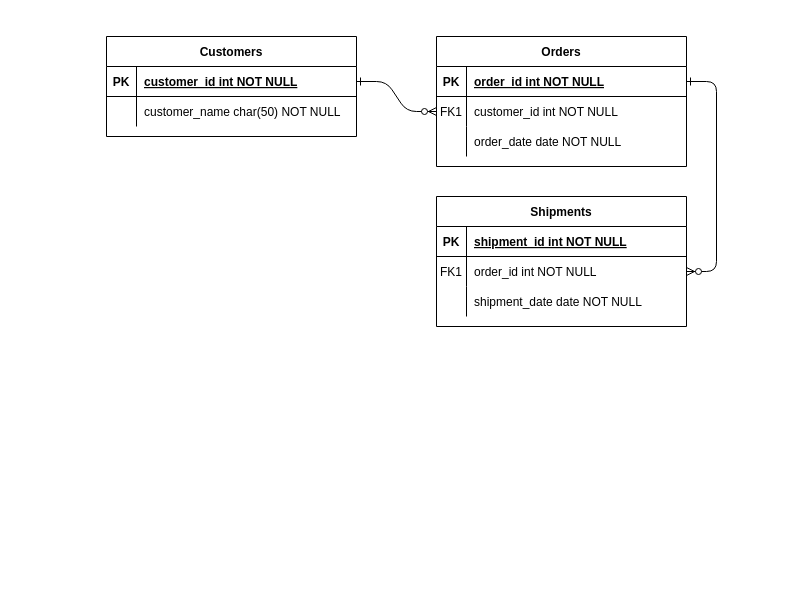
Before: code/DB Diagram.drawio in Iqrahaq/BookWorm, a draw.io diagram. Source tidied: cells renumbered, new cells numbered last; positions are measured from the earlier drawing's top-left corner, leaving out a move shared by most shapes. Both pictures are drawn from the tidied source at 100%, with x=0, y=0 at pixel (106, 36).
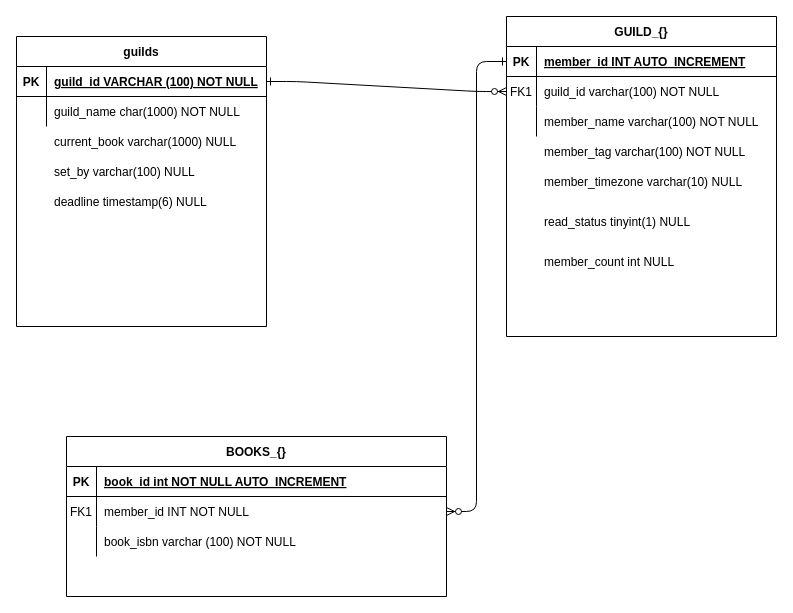
The same page after the edit.

Change to the diagram source:
```diff
@@
+    <mxCell id="24" value="guilds" style="shape=table;startSize=30;childLayout=tableLayout;rowLines=0;fontStyle=1;align=center;" parent="1" vertex="1">
+      <mxGeometry x="-90" width="250" height="290" as="geometry" />
+    </mxCell>
+    <mxCell id="25" style="shape=partialRectangle;fillColor=none;points=[[0,0.5],[1,0.5]];portConstraint=eastwest;top=0;left=0;right=0;bottom=1;" parent="24" vertex="1">
+      <mxGeometry y="30" width="250" height="30" as="geometry" />
+    </mxCell>
+    <mxCell id="26" value="PK" style="shape=partialRectangle;overflow=hidden;fillColor=none;top=0;left=0;bottom=0;right=0;fontStyle=1;" parent="25" vertex="1">
+      <mxGeometry width="30" height="30" as="geometry" />
+    </mxCell>
+    <mxCell id="27" value="guild_id VARCHAR (100) NOT NULL " style="shape=partialRectangle;overflow=hidden;fillColor=none;top=0;left=0;bottom=0;right=0;align=left;spacingLeft=6;fontStyle=5;" parent="25" vertex="1">
+      <mxGeometry x="30" width="220" height="30" as="geometry" />
+    </mxCell>
+    <mxCell id="28" style="shape=partialRectangle;fillColor=none;top=0;left=0;right=0;bottom=0;" parent="24" vertex="1">
+      <mxGeometry y="60" width="250" height="30" as="geometry" />
+    </mxCell>
+    <mxCell id="29" style="shape=partialRectangle;overflow=hidden;fillColor=none;top=0;left=0;bottom=0;right=0;" parent="28" vertex="1">
+      <mxGeometry width="30" height="30" as="geometry" />
+    </mxCell>
+    <mxCell id="30" value="guild_name char(1000) NOT NULL" style="shape=partialRectangle;overflow=hidden;fillColor=none;top=0;left=0;bottom=0;right=0;align=left;spacingLeft=6;" parent="28" vertex="1">
+      <mxGeometry x="30" width="220" height="30" as="geometry" />
+    </mxCell>
-    <mxCell id="4" value="Orders" style="shape=table;startSize=30;childLayout=tableLayout;rowLines=0;fontStyle=1;align=center;" parent="1" vertex="1">
-      <mxGeometry x="330" width="250" height="130" as="geometry" />
+    <mxCell id="4" value="GUILD_{}" style="shape=table;startSize=30;childLayout=tableLayout;rowLines=0;fontStyle=1;align=center;" parent="1" vertex="1">
+      <mxGeometry x="400" y="-20" width="270" height="320" as="geometry" />
     </mxCell>
     <mxCell id="5" style="shape=partialRectangle;fillColor=none;points=[[0,0.5],[1,0.5]];portConstraint=eastwest;top=0;left=0;right=0;bottom=1;" parent="4" vertex="1">
-      <mxGeometry y="30" width="250" height="30" as="geometry" />
+      <mxGeometry y="30" width="270" height="30" as="geometry" />
     </mxCell>
@@
-    <mxCell id="7" value="order_id int NOT NULL " style="shape=partialRectangle;overflow=hidden;fillColor=none;top=0;left=0;bottom=0;right=0;align=left;spacingLeft=6;fontStyle=5;" parent="5" vertex="1">
-      <mxGeometry x="30" width="220" height="30" as="geometry" />
+    <mxCell id="7" value="member_id INT AUTO_INCREMENT" style="shape=partialRectangle;overflow=hidden;fillColor=none;top=0;left=0;bottom=0;right=0;align=left;spacingLeft=6;fontStyle=5;" parent="5" vertex="1">
+      <mxGeometry x="30" width="240" height="30" as="geometry" />
     </mxCell>
     <mxCell id="8" style="shape=partialRectangle;fillColor=none;points=[[0,0.5],[1,0.5]];portConstraint=eastwest;top=0;left=0;right=0;bottom=0;" parent="4" vertex="1">
-      <mxGeometry y="60" width="250" height="30" as="geometry" />
+      <mxGeometry y="60" width="270" height="30" as="geometry" />
     </mxCell>
@@
-    <mxCell id="10" value="customer_id int NOT NULL" style="shape=partialRectangle;overflow=hidden;fillColor=none;top=0;left=0;bottom=0;right=0;align=left;spacingLeft=6;" parent="8" vertex="1">
-      <mxGeometry x="30" width="220" height="30" as="geometry" />
+    <mxCell id="10" value="guild_id varchar(100) NOT NULL" style="shape=partialRectangle;overflow=hidden;fillColor=none;top=0;left=0;bottom=0;right=0;align=left;spacingLeft=6;" parent="8" vertex="1">
+      <mxGeometry x="30" width="240" height="30" as="geometry" />
     </mxCell>
     <mxCell id="11" style="shape=partialRectangle;fillColor=none;top=0;left=0;right=0;bottom=0;" parent="4" vertex="1">
-      <mxGeometry y="90" width="250" height="30" as="geometry" />
+      <mxGeometry y="90" width="270" height="30" as="geometry" />
     </mxCell>
@@
-    <mxCell id="13" value="order_date date NOT NULL" style="shape=partialRectangle;overflow=hidden;fillColor=none;top=0;left=0;bottom=0;right=0;align=left;spacingLeft=6;" parent="11" vertex="1">
-      <mxGeometry x="30" width="220" height="30" as="geometry" />
+    <mxCell id="13" value="member_name varchar(100) NOT NULL" style="shape=partialRectangle;overflow=hidden;fillColor=none;top=0;left=0;bottom=0;right=0;align=left;spacingLeft=6;" parent="11" vertex="1">
+      <mxGeometry x="30" width="240" height="30" as="geometry" />
     </mxCell>
+    <mxCell id="31" style="shape=partialRectangle;fillColor=none;top=0;left=0;right=0;bottom=0;" parent="1" vertex="1">
+      <mxGeometry x="-60" y="90" width="220" height="30" as="geometry" />
+    </mxCell>
+    <mxCell id="32" style="shape=partialRectangle;overflow=hidden;fillColor=none;top=0;left=0;bottom=0;right=0;" parent="31" vertex="1">
+      <mxGeometry width="26.4" height="30" as="geometry" />
+    </mxCell>
+    <mxCell id="33" value="current_book varchar(1000) NULL" style="shape=partialRectangle;overflow=hidden;fillColor=none;top=0;left=0;bottom=0;right=0;align=left;spacingLeft=6;" parent="31" vertex="1">
+      <mxGeometry width="220" height="30" as="geometry" />
+    </mxCell>
+    <mxCell id="34" style="shape=partialRectangle;fillColor=none;top=0;left=0;right=0;bottom=0;" parent="1" vertex="1">
+      <mxGeometry x="-60" y="120" width="220" height="30" as="geometry" />
+    </mxCell>
+    <mxCell id="35" style="shape=partialRectangle;overflow=hidden;fillColor=none;top=0;left=0;bottom=0;right=0;" parent="34" vertex="1">
+      <mxGeometry width="26.4" height="30" as="geometry" />
+    </mxCell>
+    <mxCell id="36" value="set_by varchar(100) NULL" style="shape=partialRectangle;overflow=hidden;fillColor=none;top=0;left=0;bottom=0;right=0;align=left;spacingLeft=6;" parent="34" vertex="1">
+      <mxGeometry width="220" height="30" as="geometry" />
+    </mxCell>
+    <mxCell id="37" style="shape=partialRectangle;fillColor=none;top=0;left=0;right=0;bottom=0;" parent="1" vertex="1">
+      <mxGeometry x="-60" y="150" width="220" height="30" as="geometry" />
+    </mxCell>
+    <mxCell id="38" style="shape=partialRectangle;overflow=hidden;fillColor=none;top=0;left=0;bottom=0;right=0;" parent="37" vertex="1">
+      <mxGeometry width="26.4" height="30" as="geometry" />
+    </mxCell>
+    <mxCell id="39" value="deadline timestamp(6) NULL" style="shape=partialRectangle;overflow=hidden;fillColor=none;top=0;left=0;bottom=0;right=0;align=left;spacingLeft=6;" parent="37" vertex="1">
+      <mxGeometry width="220" height="30" as="geometry" />
+    </mxCell>
+    <mxCell id="40" value="member_tag varchar(100) NOT NULL" style="shape=partialRectangle;overflow=hidden;fillColor=none;top=0;left=0;bottom=0;right=0;align=left;spacingLeft=6;" parent="1" vertex="1">
+      <mxGeometry x="430" y="100" width="230" height="30" as="geometry" />
+    </mxCell>
+    <mxCell id="41" value="member_timezone varchar(10) NULL" style="shape=partialRectangle;overflow=hidden;fillColor=none;top=0;left=0;bottom=0;right=0;align=left;spacingLeft=6;" parent="1" vertex="1">
+      <mxGeometry x="430" y="130" width="230" height="30" as="geometry" />
+    </mxCell>
+    <mxCell id="42" value="read_status tinyint(1) NULL" style="shape=partialRectangle;overflow=hidden;fillColor=none;top=0;left=0;bottom=0;right=0;align=left;spacingLeft=6;" parent="1" vertex="1">
+      <mxGeometry x="430" y="170" width="230" height="30" as="geometry" />
+    </mxCell>
+    <mxCell id="43" value="member_count int NULL" style="shape=partialRectangle;overflow=hidden;fillColor=none;top=0;left=0;bottom=0;right=0;align=left;spacingLeft=6;" parent="1" vertex="1">
+      <mxGeometry x="430" y="210" width="230" height="30" as="geometry" />
+    </mxCell>
-    <mxCell id="14" value="Shipments" style="shape=table;startSize=30;childLayout=tableLayout;rowLines=0;fontStyle=1;align=center;" parent="1" vertex="1">
-      <mxGeometry x="330" y="160" width="250" height="130" as="geometry" />
+    <mxCell id="14" value="BOOKS_{}" style="shape=table;startSize=30;childLayout=tableLayout;rowLines=0;fontStyle=1;align=center;" parent="1" vertex="1">
+      <mxGeometry x="-40" y="400" width="380" height="160" as="geometry" />
     </mxCell>
     <mxCell id="15" style="shape=partialRectangle;fillColor=none;top=0;left=0;right=0;bottom=1;" parent="14" vertex="1">
-      <mxGeometry y="30" width="250" height="30" as="geometry" />
+      <mxGeometry y="30" width="380" height="30" as="geometry" />
     </mxCell>
@@
-    <mxCell id="17" value="shipment_id int NOT NULL " style="shape=partialRectangle;overflow=hidden;fillColor=none;top=0;left=0;bottom=0;right=0;align=left;spacingLeft=6;fontStyle=5;" parent="15" vertex="1">
-      <mxGeometry x="30" width="220" height="30" as="geometry" />
+    <mxCell id="17" value="book_id int NOT NULL AUTO_INCREMENT" style="shape=partialRectangle;overflow=hidden;fillColor=none;top=0;left=0;bottom=0;right=0;align=left;spacingLeft=6;fontStyle=5;" parent="15" vertex="1">
+      <mxGeometry x="30" width="350" height="30" as="geometry" />
     </mxCell>
     <mxCell id="18" style="shape=partialRectangle;fillColor=none;points=[[0,0.5],[1,0.5]];portConstraint=eastwest;top=0;left=0;right=0;bottom=0;" parent="14" vertex="1">
-      <mxGeometry y="60" width="250" height="30" as="geometry" />
+      <mxGeometry y="60" width="380" height="30" as="geometry" />
     </mxCell>
@@
-    <mxCell id="20" value="order_id int NOT NULL" style="shape=partialRectangle;overflow=hidden;fillColor=none;top=0;left=0;bottom=0;right=0;align=left;spacingLeft=6;" parent="18" vertex="1">
-      <mxGeometry x="30" width="220" height="30" as="geometry" />
+    <mxCell id="20" value="member_id INT NOT NULL" style="shape=partialRectangle;overflow=hidden;fillColor=none;top=0;left=0;bottom=0;right=0;align=left;spacingLeft=6;" parent="18" vertex="1">
+      <mxGeometry x="30" width="350" height="30" as="geometry" />
     </mxCell>
     <mxCell id="21" style="shape=partialRectangle;fillColor=none;top=0;left=0;right=0;bottom=0;" parent="14" vertex="1">
-      <mxGeometry y="90" width="250" height="30" as="geometry" />
+      <mxGeometry y="90" width="380" height="30" as="geometry" />
     </mxCell>
@@
-    <mxCell id="23" value="shipment_date date NOT NULL" style="shape=partialRectangle;overflow=hidden;fillColor=none;top=0;left=0;bottom=0;right=0;align=left;spacingLeft=6;" parent="21" vertex="1">
-      <mxGeometry x="30" width="220" height="30" as="geometry" />
+    <mxCell id="23" value="book_isbn varchar (100) NOT NULL " style="shape=partialRectangle;overflow=hidden;fillColor=none;top=0;left=0;bottom=0;right=0;align=left;spacingLeft=6;" parent="21" vertex="1">
+      <mxGeometry x="30" width="350" height="30" as="geometry" />
     </mxCell>
-    <mxCell id="24" value="Customers" style="shape=table;startSize=30;childLayout=tableLayout;rowLines=0;fontStyle=1;align=center;" parent="1" vertex="1">
-      <mxGeometry width="250" height="100" as="geometry" />
-    </mxCell>
-    <mxCell id="25" style="shape=partialRectangle;fillColor=none;points=[[0,0.5],[1,0.5]];portConstraint=eastwest;top=0;left=0;right=0;bottom=1;" parent="24" vertex="1">
-      <mxGeometry y="30" width="250" height="30" as="geometry" />
-    </mxCell>
-    <mxCell id="26" value="PK" style="shape=partialRectangle;overflow=hidden;fillColor=none;top=0;left=0;bottom=0;right=0;fontStyle=1;" parent="25" vertex="1">
-      <mxGeometry width="30" height="30" as="geometry" />
-    </mxCell>
-    <mxCell id="27" value="customer_id int NOT NULL " style="shape=partialRectangle;overflow=hidden;fillColor=none;top=0;left=0;bottom=0;right=0;align=left;spacingLeft=6;fontStyle=5;" parent="25" vertex="1">
-      <mxGeometry x="30" width="220" height="30" as="geometry" />
-    </mxCell>
-    <mxCell id="28" style="shape=partialRectangle;fillColor=none;top=0;left=0;right=0;bottom=0;" parent="24" vertex="1">
-      <mxGeometry y="60" width="250" height="30" as="geometry" />
-    </mxCell>
-    <mxCell id="29" style="shape=partialRectangle;overflow=hidden;fillColor=none;top=0;left=0;bottom=0;right=0;" parent="28" vertex="1">
-      <mxGeometry width="30" height="30" as="geometry" />
-    </mxCell>
-    <mxCell id="30" value="customer_name char(50) NOT NULL" style="shape=partialRectangle;overflow=hidden;fillColor=none;top=0;left=0;bottom=0;right=0;align=left;spacingLeft=6;" parent="28" vertex="1">
-      <mxGeometry x="30" width="220" height="30" as="geometry" />
-    </mxCell>
```
